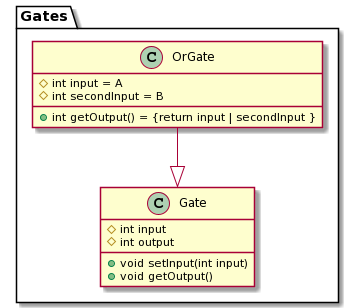
Above: docs/diagrams/OrGateClassDiagram.png in sevenseasofbri/tp (PlantUML), before the change.
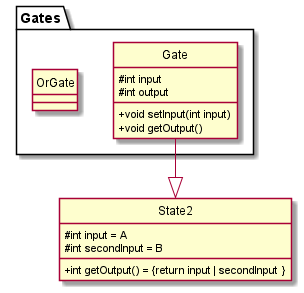
After the commit.

Change to the diagram source:
```diff
@@ -1,7 +1,9 @@
 @startuml
+!include style.puml
+
 package Gates {
     class "Gate" as State1
-    class "OrGate" as State2
+    class "OrGate" as State3
 }
 
 class State1 {
@@ -18,5 +20,5 @@
 
 }
 
-State2 --|> State1
+State1 --|> State2
 @enduml
```
